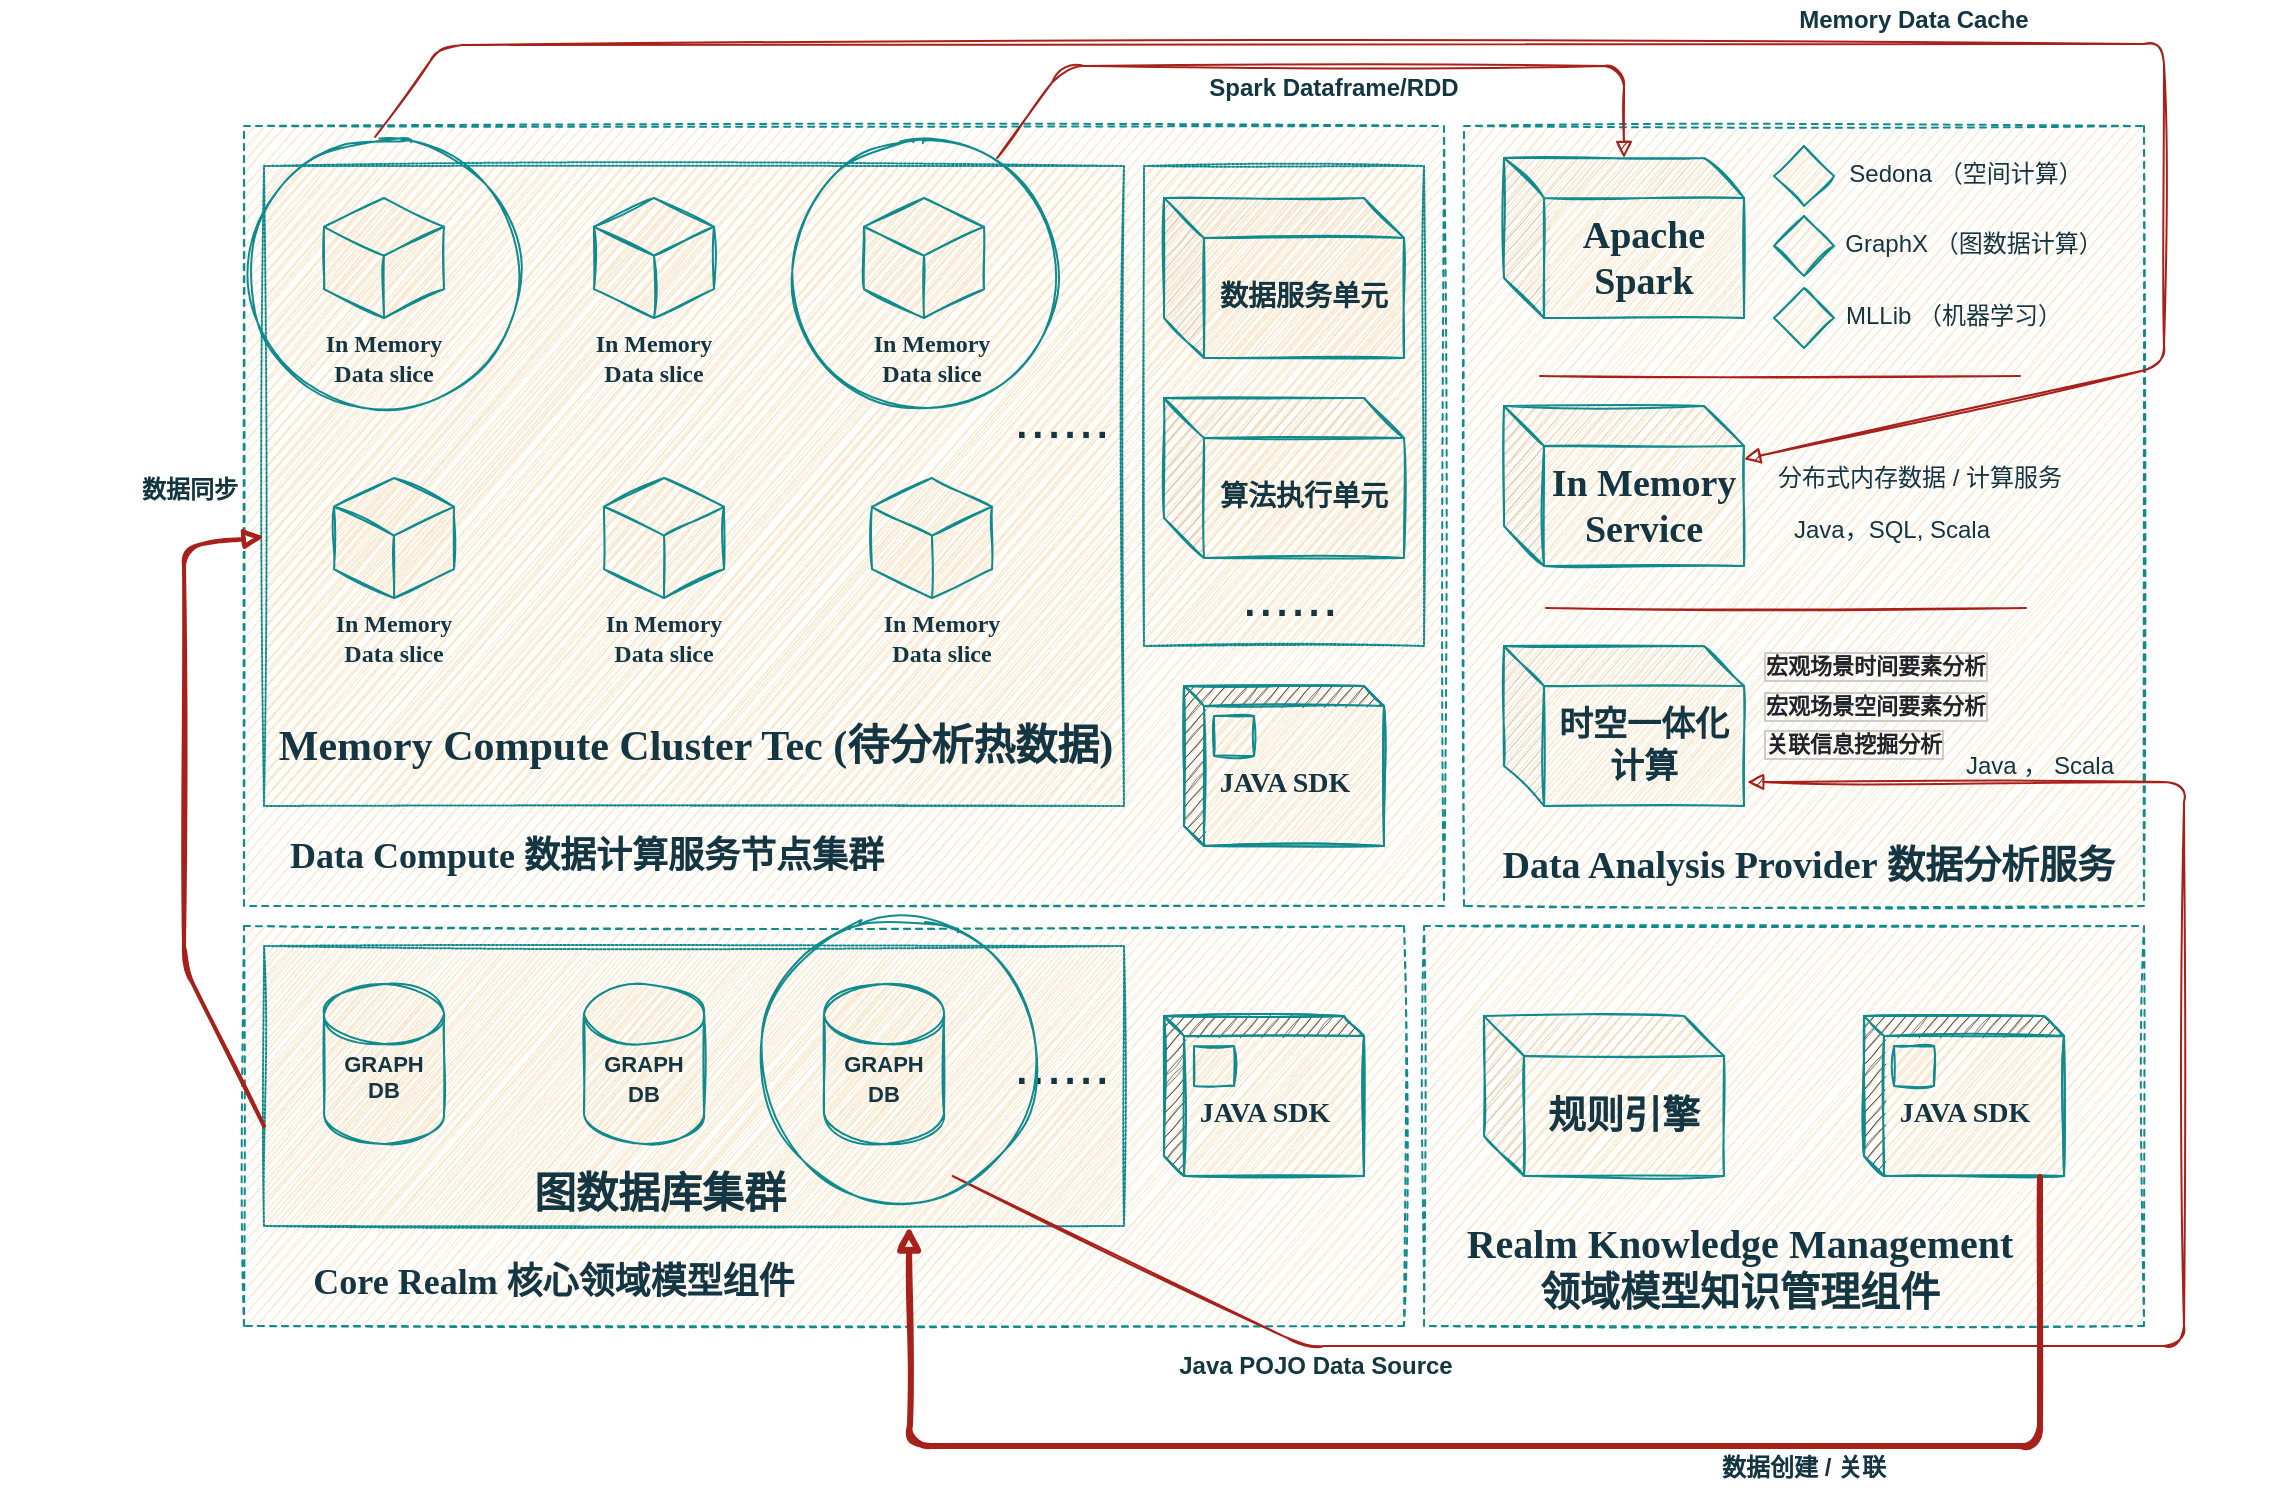
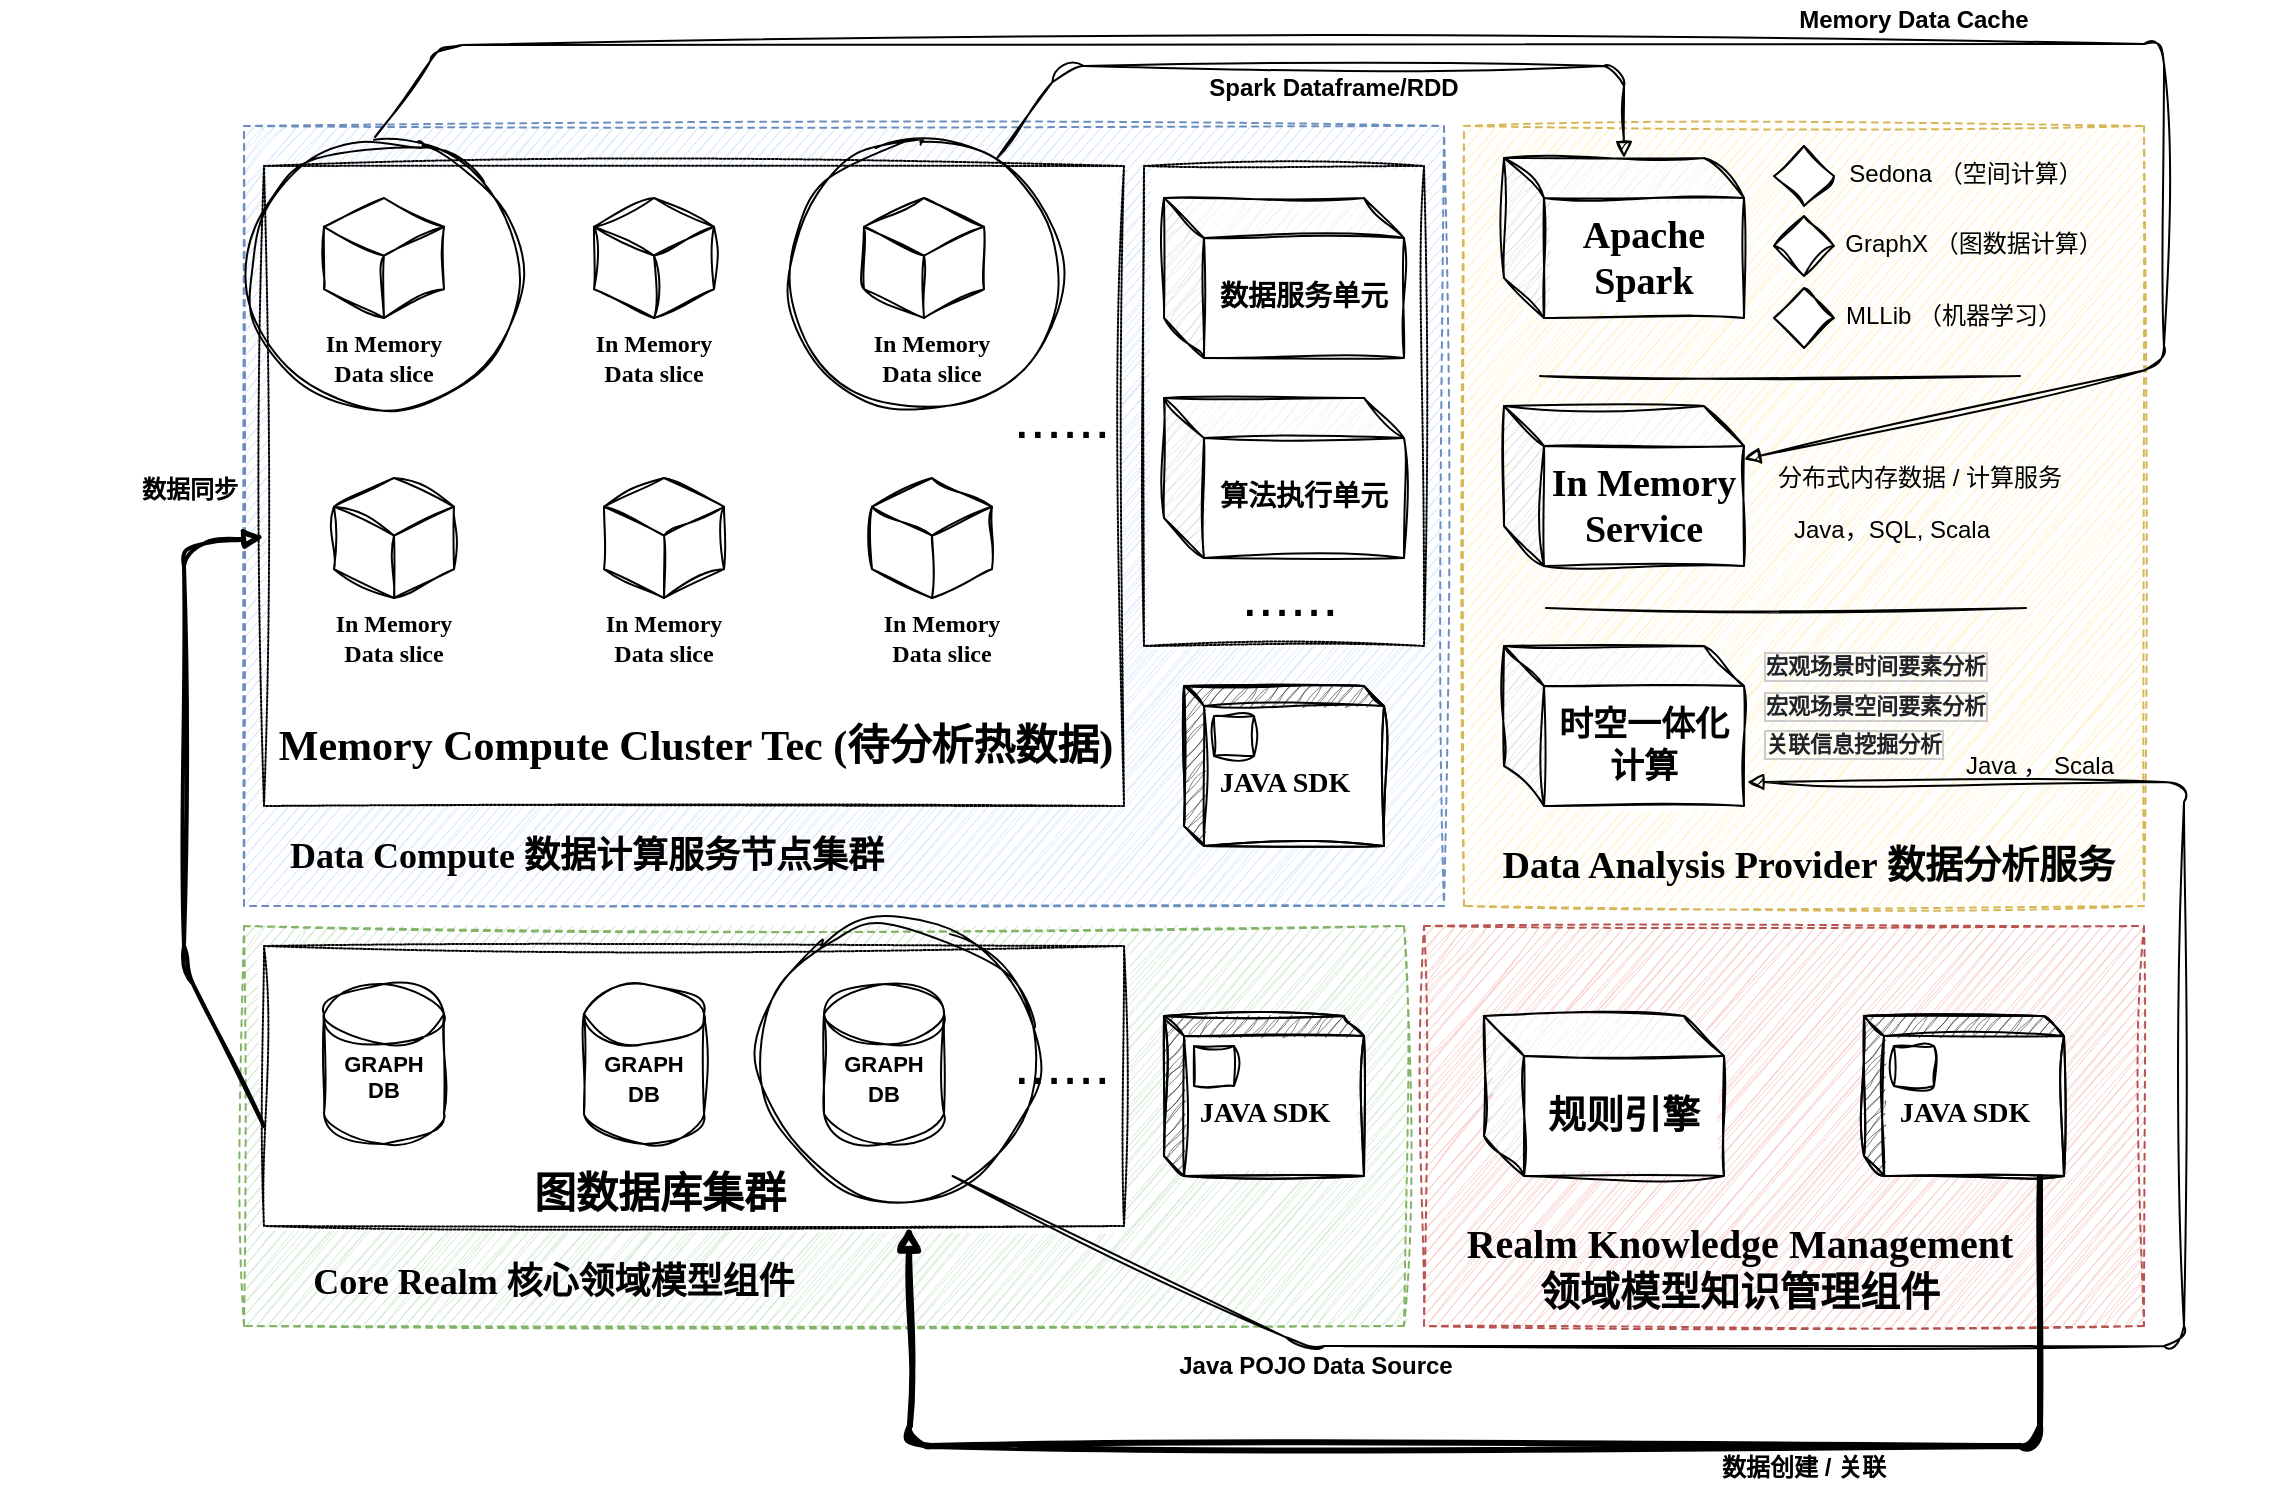
- <mxfile host="Electron" modified="2024-05-28T14:32:29.639Z" agent="Mozilla/5.0 (X11; Linux x86_64) AppleWebKit/537.36 (KHTML, like Gecko) draw.io/24.4.8 Chrome/124.0.6367.207 Electron/30.0.6 Safari/537.36" etag="I4J7rKG_PwciBVwro9TR" version="24.4.8" type="device">
+ <mxfile host="Electron" agent="Mozilla/5.0 (X11; Linux x86_64) AppleWebKit/537.36 (KHTML, like Gecko) draw.io/29.0.3 Chrome/140.0.7339.249 Electron/38.7.0 Safari/537.36" version="29.0.3">
  <diagram id="-yIefFwEG4xaWeUd9_VL" name="Page-1">
-     <mxGraphModel dx="2284" dy="835" grid="1" gridSize="10" guides="1" tooltips="1" connect="1" arrows="1" fold="1" page="1" pageScale="1" pageWidth="850" pageHeight="1100" math="0" shadow="0">
+     <mxGraphModel dx="2276" dy="840" grid="1" gridSize="10" guides="1" tooltips="1" connect="1" arrows="1" fold="1" page="1" pageScale="1" pageWidth="850" pageHeight="1100" math="0" shadow="0">
      <root>
        <mxCell id="0" />
        <mxCell id="1" parent="0" />
-         <mxCell id="iXj1oflpSY-SVl1FxMXK-1" value="" style="whiteSpace=wrap;html=1;dashed=1;sketch=1;labelBackgroundColor=none;fillColor=#FAE5C7;strokeColor=#0F8B8D;fontColor=#143642;" parent="1" vertex="1">
+         <mxCell id="iXj1oflpSY-SVl1FxMXK-1" value="" style="whiteSpace=wrap;html=1;dashed=1;labelBackgroundColor=none;fillColor=#dae8fc;strokeColor=#6c8ebf;sketch=1;curveFitting=1;jiggle=2;" parent="1" vertex="1">
          <mxGeometry x="-480" y="280" width="600" height="390" as="geometry" />
        </mxCell>
-         <mxCell id="iXj1oflpSY-SVl1FxMXK-52" value="" style="whiteSpace=wrap;html=1;dashed=1;dashPattern=1 1;strokeColor=#0F8B8D;fillColor=#FAE5C7;fontFamily=Times New Roman;sketch=1;labelBackgroundColor=none;fontColor=#143642;" parent="1" vertex="1">
+         <mxCell id="iXj1oflpSY-SVl1FxMXK-52" value="" style="whiteSpace=wrap;html=1;dashed=1;dashPattern=1 1;fontFamily=Times New Roman;labelBackgroundColor=none;sketch=1;curveFitting=1;jiggle=2;" parent="1" vertex="1">
          <mxGeometry x="-30" y="300" width="140" height="240" as="geometry" />
        </mxCell>
-         <mxCell id="iXj1oflpSY-SVl1FxMXK-2" value="" style="whiteSpace=wrap;html=1;dashed=1;sketch=1;labelBackgroundColor=none;fillColor=#FAE5C7;strokeColor=#0F8B8D;fontColor=#143642;" parent="1" vertex="1">
+         <mxCell id="iXj1oflpSY-SVl1FxMXK-2" value="" style="whiteSpace=wrap;html=1;dashed=1;labelBackgroundColor=none;fillColor=#d5e8d4;strokeColor=#82b366;sketch=1;curveFitting=1;jiggle=2;" parent="1" vertex="1">
          <mxGeometry x="-480" y="680" width="580" height="200" as="geometry" />
        </mxCell>
-         <mxCell id="iXj1oflpSY-SVl1FxMXK-47" value="" style="whiteSpace=wrap;html=1;dashed=1;dashPattern=1 1;strokeColor=#0F8B8D;fillColor=#FAE5C7;fontFamily=Times New Roman;sketch=1;labelBackgroundColor=none;fontColor=#143642;" parent="1" vertex="1">
+         <mxCell id="iXj1oflpSY-SVl1FxMXK-47" value="" style="whiteSpace=wrap;html=1;dashed=1;dashPattern=1 1;fontFamily=Times New Roman;labelBackgroundColor=none;sketch=1;curveFitting=1;jiggle=2;" parent="1" vertex="1">
          <mxGeometry x="-470" y="690" width="430" height="140" as="geometry" />
        </mxCell>
-         <mxCell id="iXj1oflpSY-SVl1FxMXK-28" value="" style="whiteSpace=wrap;html=1;dashed=1;dashPattern=1 1;strokeColor=#0F8B8D;fillColor=#FAE5C7;fontFamily=Times New Roman;sketch=1;labelBackgroundColor=none;fontColor=#143642;" parent="1" vertex="1">
+         <mxCell id="iXj1oflpSY-SVl1FxMXK-28" value="" style="whiteSpace=wrap;html=1;dashed=1;dashPattern=1 1;fontFamily=Times New Roman;labelBackgroundColor=none;sketch=1;curveFitting=1;jiggle=2;" parent="1" vertex="1">
          <mxGeometry x="-470" y="300" width="430" height="320" as="geometry" />
        </mxCell>
-         <mxCell id="iXj1oflpSY-SVl1FxMXK-3" value="" style="whiteSpace=wrap;html=1;dashed=1;sketch=1;labelBackgroundColor=none;fillColor=#FAE5C7;strokeColor=#0F8B8D;fontColor=#143642;" parent="1" vertex="1">
+         <mxCell id="iXj1oflpSY-SVl1FxMXK-3" value="" style="whiteSpace=wrap;html=1;dashed=1;labelBackgroundColor=none;fillColor=#f8cecc;strokeColor=#b85450;sketch=1;curveFitting=1;jiggle=2;" parent="1" vertex="1">
          <mxGeometry x="110" y="680" width="360" height="200" as="geometry" />
        </mxCell>
-         <mxCell id="iXj1oflpSY-SVl1FxMXK-4" value="&lt;b style=&quot;font-size: 11px;&quot;&gt;&lt;br style=&quot;font-size: 11px;&quot;&gt;GRAPH DB&lt;/b&gt;" style="shape=cylinder2;whiteSpace=wrap;html=1;boundedLbl=1;backgroundOutline=1;size=15;strokeColor=#0F8B8D;fillColor=#FAE5C7;sketch=1;labelBackgroundColor=none;fontColor=#143642;fontSize=11;" parent="1" vertex="1">
+         <mxCell id="iXj1oflpSY-SVl1FxMXK-4" value="&lt;b style=&quot;font-size: 11px;&quot;&gt;&lt;br style=&quot;font-size: 11px;&quot;&gt;GRAPH DB&lt;/b&gt;" style="shape=cylinder2;whiteSpace=wrap;html=1;boundedLbl=1;backgroundOutline=1;size=15;labelBackgroundColor=none;fontSize=11;sketch=1;curveFitting=1;jiggle=2;" parent="1" vertex="1">
          <mxGeometry x="-440" y="709" width="60" height="80" as="geometry" />
        </mxCell>
-         <mxCell id="iXj1oflpSY-SVl1FxMXK-5" value="&lt;b style=&quot;font-size: 11px;&quot;&gt;&lt;br&gt;GRAPH DB&lt;/b&gt;" style="shape=cylinder2;whiteSpace=wrap;html=1;boundedLbl=1;backgroundOutline=1;size=15;strokeColor=#0F8B8D;fillColor=#FAE5C7;sketch=1;labelBackgroundColor=none;fontColor=#143642;" parent="1" vertex="1">
+         <mxCell id="iXj1oflpSY-SVl1FxMXK-5" value="&lt;b style=&quot;font-size: 11px;&quot;&gt;&lt;br&gt;GRAPH DB&lt;/b&gt;" style="shape=cylinder2;whiteSpace=wrap;html=1;boundedLbl=1;backgroundOutline=1;size=15;labelBackgroundColor=none;sketch=1;curveFitting=1;jiggle=2;" parent="1" vertex="1">
          <mxGeometry x="-310" y="709" width="60" height="80" as="geometry" />
        </mxCell>
-         <mxCell id="iXj1oflpSY-SVl1FxMXK-6" value="&lt;b style=&quot;font-size: 11px;&quot;&gt;&lt;br&gt;GRAPH DB&lt;/b&gt;" style="shape=cylinder2;whiteSpace=wrap;html=1;boundedLbl=1;backgroundOutline=1;size=15;strokeColor=#0F8B8D;fillColor=#FAE5C7;sketch=1;labelBackgroundColor=none;fontColor=#143642;" parent="1" vertex="1">
+         <mxCell id="iXj1oflpSY-SVl1FxMXK-6" value="&lt;b style=&quot;font-size: 11px;&quot;&gt;&lt;br&gt;GRAPH DB&lt;/b&gt;" style="shape=cylinder2;whiteSpace=wrap;html=1;boundedLbl=1;backgroundOutline=1;size=15;labelBackgroundColor=none;sketch=1;curveFitting=1;jiggle=2;" parent="1" vertex="1">
          <mxGeometry x="-190" y="709" width="60" height="80" as="geometry" />
        </mxCell>
-         <mxCell id="iXj1oflpSY-SVl1FxMXK-7" value="&lt;font style=&quot;font-size: 29px&quot;&gt;......&lt;/font&gt;" style="text;html=1;strokeColor=none;fillColor=none;align=center;verticalAlign=middle;whiteSpace=wrap;sketch=1;labelBackgroundColor=none;fontColor=#143642;" parent="1" vertex="1">
+         <mxCell id="iXj1oflpSY-SVl1FxMXK-7" value="&lt;font style=&quot;font-size: 29px&quot;&gt;......&lt;/font&gt;" style="text;html=1;strokeColor=none;fillColor=none;align=center;verticalAlign=middle;whiteSpace=wrap;labelBackgroundColor=none;sketch=1;curveFitting=1;jiggle=2;" parent="1" vertex="1">
          <mxGeometry x="-91" y="739" width="40" height="20" as="geometry" />
        </mxCell>
-         <mxCell id="iXj1oflpSY-SVl1FxMXK-8" value="&lt;font size=&quot;1&quot; face=&quot;Verdana&quot;&gt;&lt;b style=&quot;font-size: 18px&quot;&gt;Core Realm 核心领域模型组件&lt;/b&gt;&lt;/font&gt;" style="text;html=1;strokeColor=none;fillColor=none;align=center;verticalAlign=middle;whiteSpace=wrap;fontFamily=Times New Roman;sketch=1;labelBackgroundColor=none;fontColor=#143642;" parent="1" vertex="1">
+         <mxCell id="iXj1oflpSY-SVl1FxMXK-8" value="&lt;font size=&quot;1&quot; face=&quot;Verdana&quot;&gt;&lt;b style=&quot;font-size: 18px&quot;&gt;Core Realm 核心领域模型组件&lt;/b&gt;&lt;/font&gt;" style="text;html=1;strokeColor=none;fillColor=none;align=center;verticalAlign=middle;whiteSpace=wrap;fontFamily=Times New Roman;labelBackgroundColor=none;sketch=1;curveFitting=1;jiggle=2;" parent="1" vertex="1">
          <mxGeometry x="-530" y="848" width="410" height="20" as="geometry" />
        </mxCell>
-         <mxCell id="iXj1oflpSY-SVl1FxMXK-15" value="&lt;font size=&quot;1&quot; face=&quot;Verdana&quot;&gt;&lt;b style=&quot;font-size: 20px&quot;&gt;Realm Knowledge Management&lt;br&gt;领域模型知识管理组件&lt;/b&gt;&lt;/font&gt;" style="text;html=1;strokeColor=none;fillColor=none;align=center;verticalAlign=middle;whiteSpace=wrap;fontFamily=Times New Roman;sketch=1;labelBackgroundColor=none;fontColor=#143642;" parent="1" vertex="1">
+         <mxCell id="iXj1oflpSY-SVl1FxMXK-15" value="&lt;font size=&quot;1&quot; face=&quot;Verdana&quot;&gt;&lt;b style=&quot;font-size: 20px&quot;&gt;Realm Knowledge Management&lt;br&gt;领域模型知识管理组件&lt;/b&gt;&lt;/font&gt;" style="text;html=1;strokeColor=none;fillColor=none;align=center;verticalAlign=middle;whiteSpace=wrap;fontFamily=Times New Roman;labelBackgroundColor=none;sketch=1;curveFitting=1;jiggle=2;" parent="1" vertex="1">
          <mxGeometry x="63" y="840" width="410" height="20" as="geometry" />
        </mxCell>
-         <mxCell id="iXj1oflpSY-SVl1FxMXK-17" value="&lt;font style=&quot;font-size: 19px&quot;&gt;&lt;b&gt;规则引擎&lt;/b&gt;&lt;/font&gt;" style="shape=cube;whiteSpace=wrap;html=1;boundedLbl=1;backgroundOutline=1;darkOpacity=0.05;darkOpacity2=0.1;strokeColor=#0F8B8D;fillColor=#FAE5C7;fontFamily=Times New Roman;sketch=1;labelBackgroundColor=none;fontColor=#143642;" parent="1" vertex="1">
+         <mxCell id="iXj1oflpSY-SVl1FxMXK-17" value="&lt;font style=&quot;font-size: 19px&quot;&gt;&lt;b&gt;规则引擎&lt;/b&gt;&lt;/font&gt;" style="shape=cube;whiteSpace=wrap;html=1;boundedLbl=1;backgroundOutline=1;darkOpacity=0.05;darkOpacity2=0.1;fontFamily=Times New Roman;labelBackgroundColor=none;sketch=1;curveFitting=1;jiggle=2;" parent="1" vertex="1">
          <mxGeometry x="140" y="725" width="120" height="80" as="geometry" />
        </mxCell>
-         <mxCell id="iXj1oflpSY-SVl1FxMXK-18" value="&lt;b style=&quot;font-size: 14px&quot;&gt;&lt;br&gt;JAVA SDK&lt;/b&gt;" style="html=1;dashed=0;whitespace=wrap;shape=mxgraph.dfd.externalEntity;strokeColor=#0F8B8D;fontFamily=Times New Roman;fillColor=#FAE5C7;sketch=1;labelBackgroundColor=none;fontColor=#143642;" parent="1" vertex="1">
+         <mxCell id="iXj1oflpSY-SVl1FxMXK-18" value="&lt;b style=&quot;font-size: 14px&quot;&gt;&lt;br&gt;JAVA SDK&lt;/b&gt;" style="html=1;dashed=0;whitespace=wrap;shape=mxgraph.dfd.externalEntity;fontFamily=Times New Roman;labelBackgroundColor=none;sketch=1;curveFitting=1;jiggle=2;" parent="1" vertex="1">
          <mxGeometry x="-20" y="725" width="100" height="80" as="geometry" />
        </mxCell>
-         <mxCell id="iXj1oflpSY-SVl1FxMXK-19" value=" " style="autosize=1;part=1;resizable=0;strokeColor=#0F8B8D;fillColor=#FAE5C7;sketch=1;labelBackgroundColor=none;fontColor=#143642;" parent="iXj1oflpSY-SVl1FxMXK-18" vertex="1">
+         <mxCell id="iXj1oflpSY-SVl1FxMXK-19" value=" " style="autosize=1;part=1;resizable=0;labelBackgroundColor=none;sketch=1;curveFitting=1;jiggle=2;" parent="iXj1oflpSY-SVl1FxMXK-18" vertex="1">
          <mxGeometry width="20" height="20" relative="1" as="geometry">
            <mxPoint x="15" y="15" as="offset" />
          </mxGeometry>
        </mxCell>
-         <mxCell id="iXj1oflpSY-SVl1FxMXK-20" value="&lt;b style=&quot;font-size: 14px&quot;&gt;&lt;br&gt;JAVA SDK&lt;/b&gt;" style="html=1;dashed=0;whitespace=wrap;shape=mxgraph.dfd.externalEntity;strokeColor=#0F8B8D;fontFamily=Times New Roman;fillColor=#FAE5C7;sketch=1;labelBackgroundColor=none;fontColor=#143642;" parent="1" vertex="1">
+         <mxCell id="iXj1oflpSY-SVl1FxMXK-20" value="&lt;b style=&quot;font-size: 14px&quot;&gt;&lt;br&gt;JAVA SDK&lt;/b&gt;" style="html=1;dashed=0;whitespace=wrap;shape=mxgraph.dfd.externalEntity;fontFamily=Times New Roman;labelBackgroundColor=none;sketch=1;curveFitting=1;jiggle=2;" parent="1" vertex="1">
          <mxGeometry x="330" y="725" width="100" height="80" as="geometry" />
        </mxCell>
-         <mxCell id="iXj1oflpSY-SVl1FxMXK-21" value=" " style="autosize=1;part=1;resizable=0;strokeColor=#0F8B8D;fillColor=#FAE5C7;sketch=1;labelBackgroundColor=none;fontColor=#143642;" parent="iXj1oflpSY-SVl1FxMXK-20" vertex="1">
+         <mxCell id="iXj1oflpSY-SVl1FxMXK-21" value=" " style="autosize=1;part=1;resizable=0;labelBackgroundColor=none;sketch=1;curveFitting=1;jiggle=2;" parent="iXj1oflpSY-SVl1FxMXK-20" vertex="1">
          <mxGeometry width="20" height="20" relative="1" as="geometry">
            <mxPoint x="15" y="15" as="offset" />
          </mxGeometry>
        </mxCell>
-         <mxCell id="iXj1oflpSY-SVl1FxMXK-22" value="" style="whiteSpace=wrap;html=1;dashed=1;sketch=1;labelBackgroundColor=none;fillColor=#FAE5C7;strokeColor=#0F8B8D;fontColor=#143642;" parent="1" vertex="1">
+         <mxCell id="iXj1oflpSY-SVl1FxMXK-22" value="" style="whiteSpace=wrap;html=1;dashed=1;labelBackgroundColor=none;fillColor=#fff2cc;strokeColor=#d6b656;sketch=1;curveFitting=1;jiggle=2;" parent="1" vertex="1">
          <mxGeometry x="130" y="280" width="340" height="390" as="geometry" />
        </mxCell>
-         <mxCell id="iXj1oflpSY-SVl1FxMXK-25" value="&lt;font size=&quot;1&quot; face=&quot;Verdana&quot;&gt;&lt;b style=&quot;font-size: 18px&quot;&gt;Data Compute 数据计算服务节点集群&lt;/b&gt;&lt;/font&gt;" style="text;html=1;strokeColor=none;fillColor=none;align=center;verticalAlign=middle;whiteSpace=wrap;fontFamily=Times New Roman;sketch=1;labelBackgroundColor=none;fontColor=#143642;" parent="1" vertex="1">
+         <mxCell id="iXj1oflpSY-SVl1FxMXK-25" value="&lt;font size=&quot;1&quot; face=&quot;Verdana&quot;&gt;&lt;b style=&quot;font-size: 18px&quot;&gt;Data Compute 数据计算服务节点集群&lt;/b&gt;&lt;/font&gt;" style="text;html=1;strokeColor=none;fillColor=none;align=center;verticalAlign=middle;whiteSpace=wrap;fontFamily=Times New Roman;labelBackgroundColor=none;sketch=1;curveFitting=1;jiggle=2;" parent="1" vertex="1">
          <mxGeometry x="-566" y="635" width="515" height="20" as="geometry" />
        </mxCell>
-         <mxCell id="iXj1oflpSY-SVl1FxMXK-26" value="" style="html=1;whiteSpace=wrap;shape=isoCube2;backgroundOutline=1;isoAngle=15;strokeColor=#0F8B8D;fontFamily=Times New Roman;strokeWidth=1;fillColor=#FAE5C7;sketch=1;labelBackgroundColor=none;fontColor=#143642;" parent="1" vertex="1">
+         <mxCell id="iXj1oflpSY-SVl1FxMXK-26" value="" style="html=1;whiteSpace=wrap;shape=isoCube2;backgroundOutline=1;isoAngle=15;fontFamily=Times New Roman;strokeWidth=1;labelBackgroundColor=none;sketch=1;curveFitting=1;jiggle=2;" parent="1" vertex="1">
          <mxGeometry x="-440" y="316" width="60" height="60" as="geometry" />
        </mxCell>
-         <mxCell id="iXj1oflpSY-SVl1FxMXK-30" value="&lt;b&gt;In Memory Data slice&lt;/b&gt;" style="text;html=1;strokeColor=none;fillColor=none;align=center;verticalAlign=middle;whiteSpace=wrap;fontFamily=Times New Roman;sketch=1;labelBackgroundColor=none;fontColor=#143642;" parent="1" vertex="1">
+         <mxCell id="iXj1oflpSY-SVl1FxMXK-30" value="&lt;b&gt;In Memory Data slice&lt;/b&gt;" style="text;html=1;strokeColor=none;fillColor=none;align=center;verticalAlign=middle;whiteSpace=wrap;fontFamily=Times New Roman;labelBackgroundColor=none;sketch=1;curveFitting=1;jiggle=2;" parent="1" vertex="1">
          <mxGeometry x="-445" y="386" width="70" height="20" as="geometry" />
        </mxCell>
-         <mxCell id="iXj1oflpSY-SVl1FxMXK-31" value="&lt;font size=&quot;1&quot; face=&quot;Verdana&quot;&gt;&lt;b style=&quot;font-size: 21px&quot;&gt;Memory Compute Cluster Tec (待分析热数据)&lt;/b&gt;&lt;/font&gt;" style="text;html=1;strokeColor=none;fillColor=none;align=center;verticalAlign=middle;whiteSpace=wrap;fontFamily=Times New Roman;sketch=1;labelBackgroundColor=none;fontColor=#143642;" parent="1" vertex="1">
+         <mxCell id="iXj1oflpSY-SVl1FxMXK-31" value="&lt;font size=&quot;1&quot; face=&quot;Verdana&quot;&gt;&lt;b style=&quot;font-size: 21px&quot;&gt;Memory Compute Cluster Tec (待分析热数据)&lt;/b&gt;&lt;/font&gt;" style="text;html=1;strokeColor=none;fillColor=none;align=center;verticalAlign=middle;whiteSpace=wrap;fontFamily=Times New Roman;labelBackgroundColor=none;sketch=1;curveFitting=1;jiggle=2;" parent="1" vertex="1">
          <mxGeometry x="-519" y="580" width="530" height="20" as="geometry" />
        </mxCell>
-         <mxCell id="iXj1oflpSY-SVl1FxMXK-33" value="" style="html=1;whiteSpace=wrap;shape=isoCube2;backgroundOutline=1;isoAngle=15;strokeColor=#0F8B8D;fontFamily=Times New Roman;strokeWidth=1;fillColor=#FAE5C7;sketch=1;labelBackgroundColor=none;fontColor=#143642;" parent="1" vertex="1">
+         <mxCell id="iXj1oflpSY-SVl1FxMXK-33" value="" style="html=1;whiteSpace=wrap;shape=isoCube2;backgroundOutline=1;isoAngle=15;fontFamily=Times New Roman;strokeWidth=1;labelBackgroundColor=none;sketch=1;curveFitting=1;jiggle=2;" parent="1" vertex="1">
          <mxGeometry x="-305" y="316" width="60" height="60" as="geometry" />
        </mxCell>
-         <mxCell id="iXj1oflpSY-SVl1FxMXK-34" value="" style="html=1;whiteSpace=wrap;shape=isoCube2;backgroundOutline=1;isoAngle=15;strokeColor=#0F8B8D;fontFamily=Times New Roman;strokeWidth=1;fillColor=#FAE5C7;sketch=1;labelBackgroundColor=none;fontColor=#143642;" parent="1" vertex="1">
+         <mxCell id="iXj1oflpSY-SVl1FxMXK-34" value="" style="html=1;whiteSpace=wrap;shape=isoCube2;backgroundOutline=1;isoAngle=15;fontFamily=Times New Roman;strokeWidth=1;labelBackgroundColor=none;sketch=1;curveFitting=1;jiggle=2;" parent="1" vertex="1">
          <mxGeometry x="-170" y="316" width="60" height="60" as="geometry" />
        </mxCell>
-         <mxCell id="iXj1oflpSY-SVl1FxMXK-35" value="&lt;b&gt;In Memory Data slice&lt;/b&gt;" style="text;html=1;strokeColor=none;fillColor=none;align=center;verticalAlign=middle;whiteSpace=wrap;fontFamily=Times New Roman;sketch=1;labelBackgroundColor=none;fontColor=#143642;" parent="1" vertex="1">
+         <mxCell id="iXj1oflpSY-SVl1FxMXK-35" value="&lt;b&gt;In Memory Data slice&lt;/b&gt;" style="text;html=1;strokeColor=none;fillColor=none;align=center;verticalAlign=middle;whiteSpace=wrap;fontFamily=Times New Roman;labelBackgroundColor=none;sketch=1;curveFitting=1;jiggle=2;" parent="1" vertex="1">
          <mxGeometry x="-310" y="386" width="70" height="20" as="geometry" />
        </mxCell>
-         <mxCell id="iXj1oflpSY-SVl1FxMXK-37" value="&lt;b&gt;In Memory Data slice&lt;/b&gt;" style="text;html=1;strokeColor=none;fillColor=none;align=center;verticalAlign=middle;whiteSpace=wrap;fontFamily=Times New Roman;sketch=1;labelBackgroundColor=none;fontColor=#143642;" parent="1" vertex="1">
+         <mxCell id="iXj1oflpSY-SVl1FxMXK-37" value="&lt;b&gt;In Memory Data slice&lt;/b&gt;" style="text;html=1;strokeColor=none;fillColor=none;align=center;verticalAlign=middle;whiteSpace=wrap;fontFamily=Times New Roman;labelBackgroundColor=none;sketch=1;curveFitting=1;jiggle=2;" parent="1" vertex="1">
          <mxGeometry x="-171" y="386" width="70" height="20" as="geometry" />
        </mxCell>
-         <mxCell id="iXj1oflpSY-SVl1FxMXK-38" value="" style="html=1;whiteSpace=wrap;shape=isoCube2;backgroundOutline=1;isoAngle=15;strokeColor=#0F8B8D;fontFamily=Times New Roman;strokeWidth=1;fillColor=#FAE5C7;sketch=1;labelBackgroundColor=none;fontColor=#143642;" parent="1" vertex="1">
+         <mxCell id="iXj1oflpSY-SVl1FxMXK-38" value="" style="html=1;whiteSpace=wrap;shape=isoCube2;backgroundOutline=1;isoAngle=15;fontFamily=Times New Roman;strokeWidth=1;labelBackgroundColor=none;sketch=1;curveFitting=1;jiggle=2;" parent="1" vertex="1">
          <mxGeometry x="-435" y="456" width="60" height="60" as="geometry" />
        </mxCell>
-         <mxCell id="iXj1oflpSY-SVl1FxMXK-39" value="&lt;b&gt;In Memory Data slice&lt;/b&gt;" style="text;html=1;strokeColor=none;fillColor=none;align=center;verticalAlign=middle;whiteSpace=wrap;fontFamily=Times New Roman;sketch=1;labelBackgroundColor=none;fontColor=#143642;" parent="1" vertex="1">
+         <mxCell id="iXj1oflpSY-SVl1FxMXK-39" value="&lt;b&gt;In Memory Data slice&lt;/b&gt;" style="text;html=1;strokeColor=none;fillColor=none;align=center;verticalAlign=middle;whiteSpace=wrap;fontFamily=Times New Roman;labelBackgroundColor=none;sketch=1;curveFitting=1;jiggle=2;" parent="1" vertex="1">
          <mxGeometry x="-440" y="526" width="70" height="20" as="geometry" />
        </mxCell>
-         <mxCell id="iXj1oflpSY-SVl1FxMXK-40" value="" style="html=1;whiteSpace=wrap;shape=isoCube2;backgroundOutline=1;isoAngle=15;strokeColor=#0F8B8D;fontFamily=Times New Roman;strokeWidth=1;fillColor=#FAE5C7;sketch=1;labelBackgroundColor=none;fontColor=#143642;" parent="1" vertex="1">
+         <mxCell id="iXj1oflpSY-SVl1FxMXK-40" value="" style="html=1;whiteSpace=wrap;shape=isoCube2;backgroundOutline=1;isoAngle=15;fontFamily=Times New Roman;strokeWidth=1;labelBackgroundColor=none;sketch=1;curveFitting=1;jiggle=2;" parent="1" vertex="1">
          <mxGeometry x="-300" y="456" width="60" height="60" as="geometry" />
        </mxCell>
-         <mxCell id="iXj1oflpSY-SVl1FxMXK-41" value="" style="html=1;whiteSpace=wrap;shape=isoCube2;backgroundOutline=1;isoAngle=15;strokeColor=#0F8B8D;fontFamily=Times New Roman;strokeWidth=1;fillColor=#FAE5C7;sketch=1;labelBackgroundColor=none;fontColor=#143642;" parent="1" vertex="1">
+         <mxCell id="iXj1oflpSY-SVl1FxMXK-41" value="" style="html=1;whiteSpace=wrap;shape=isoCube2;backgroundOutline=1;isoAngle=15;fontFamily=Times New Roman;strokeWidth=1;labelBackgroundColor=none;sketch=1;curveFitting=1;jiggle=2;" parent="1" vertex="1">
          <mxGeometry x="-166" y="456" width="60" height="60" as="geometry" />
        </mxCell>
-         <mxCell id="iXj1oflpSY-SVl1FxMXK-42" value="&lt;b&gt;In Memory Data slice&lt;/b&gt;" style="text;html=1;strokeColor=none;fillColor=none;align=center;verticalAlign=middle;whiteSpace=wrap;fontFamily=Times New Roman;sketch=1;labelBackgroundColor=none;fontColor=#143642;" parent="1" vertex="1">
+         <mxCell id="iXj1oflpSY-SVl1FxMXK-42" value="&lt;b&gt;In Memory Data slice&lt;/b&gt;" style="text;html=1;strokeColor=none;fillColor=none;align=center;verticalAlign=middle;whiteSpace=wrap;fontFamily=Times New Roman;labelBackgroundColor=none;sketch=1;curveFitting=1;jiggle=2;" parent="1" vertex="1">
          <mxGeometry x="-305" y="526" width="70" height="20" as="geometry" />
        </mxCell>
-         <mxCell id="iXj1oflpSY-SVl1FxMXK-43" value="&lt;b&gt;In Memory Data slice&lt;/b&gt;" style="text;html=1;strokeColor=none;fillColor=none;align=center;verticalAlign=middle;whiteSpace=wrap;fontFamily=Times New Roman;sketch=1;labelBackgroundColor=none;fontColor=#143642;" parent="1" vertex="1">
+         <mxCell id="iXj1oflpSY-SVl1FxMXK-43" value="&lt;b&gt;In Memory Data slice&lt;/b&gt;" style="text;html=1;strokeColor=none;fillColor=none;align=center;verticalAlign=middle;whiteSpace=wrap;fontFamily=Times New Roman;labelBackgroundColor=none;sketch=1;curveFitting=1;jiggle=2;" parent="1" vertex="1">
          <mxGeometry x="-166" y="526" width="70" height="20" as="geometry" />
        </mxCell>
-         <mxCell id="iXj1oflpSY-SVl1FxMXK-44" value="&lt;font style=&quot;font-size: 29px&quot;&gt;......&lt;/font&gt;" style="text;html=1;strokeColor=none;fillColor=none;align=center;verticalAlign=middle;whiteSpace=wrap;sketch=1;labelBackgroundColor=none;fontColor=#143642;" parent="1" vertex="1">
+         <mxCell id="iXj1oflpSY-SVl1FxMXK-44" value="&lt;font style=&quot;font-size: 29px&quot;&gt;......&lt;/font&gt;" style="text;html=1;strokeColor=none;fillColor=none;align=center;verticalAlign=middle;whiteSpace=wrap;labelBackgroundColor=none;sketch=1;curveFitting=1;jiggle=2;" parent="1" vertex="1">
          <mxGeometry x="-91" y="416" width="40" height="20" as="geometry" />
        </mxCell>
-         <mxCell id="iXj1oflpSY-SVl1FxMXK-45" value="&lt;b style=&quot;font-size: 14px&quot;&gt;&lt;br&gt;JAVA SDK&lt;/b&gt;" style="html=1;dashed=0;whitespace=wrap;shape=mxgraph.dfd.externalEntity;strokeColor=#0F8B8D;fontFamily=Times New Roman;fillColor=#FAE5C7;sketch=1;labelBackgroundColor=none;fontColor=#143642;" parent="1" vertex="1">
+         <mxCell id="iXj1oflpSY-SVl1FxMXK-45" value="&lt;b style=&quot;font-size: 14px&quot;&gt;&lt;br&gt;JAVA SDK&lt;/b&gt;" style="html=1;dashed=0;whitespace=wrap;shape=mxgraph.dfd.externalEntity;fontFamily=Times New Roman;labelBackgroundColor=none;sketch=1;curveFitting=1;jiggle=2;" parent="1" vertex="1">
          <mxGeometry x="-10" y="560" width="100" height="80" as="geometry" />
        </mxCell>
-         <mxCell id="iXj1oflpSY-SVl1FxMXK-46" value=" " style="autosize=1;part=1;resizable=0;strokeColor=#0F8B8D;fillColor=#FAE5C7;sketch=1;labelBackgroundColor=none;fontColor=#143642;" parent="iXj1oflpSY-SVl1FxMXK-45" vertex="1">
+         <mxCell id="iXj1oflpSY-SVl1FxMXK-46" value=" " style="autosize=1;part=1;resizable=0;labelBackgroundColor=none;sketch=1;curveFitting=1;jiggle=2;" parent="iXj1oflpSY-SVl1FxMXK-45" vertex="1">
          <mxGeometry width="20" height="20" relative="1" as="geometry">
            <mxPoint x="15" y="15" as="offset" />
          </mxGeometry>
        </mxCell>
-         <mxCell id="iXj1oflpSY-SVl1FxMXK-48" value="&lt;font size=&quot;1&quot; face=&quot;Verdana&quot;&gt;&lt;b style=&quot;font-size: 21px&quot;&gt;图数据库集群&lt;/b&gt;&lt;/font&gt;" style="text;html=1;strokeColor=none;fillColor=none;align=center;verticalAlign=middle;whiteSpace=wrap;fontFamily=Times New Roman;sketch=1;labelBackgroundColor=none;fontColor=#143642;" parent="1" vertex="1">
+         <mxCell id="iXj1oflpSY-SVl1FxMXK-48" value="&lt;font size=&quot;1&quot; face=&quot;Verdana&quot;&gt;&lt;b style=&quot;font-size: 21px&quot;&gt;图数据库集群&lt;/b&gt;&lt;/font&gt;" style="text;html=1;strokeColor=none;fillColor=none;align=center;verticalAlign=middle;whiteSpace=wrap;fontFamily=Times New Roman;labelBackgroundColor=none;sketch=1;curveFitting=1;jiggle=2;" parent="1" vertex="1">
          <mxGeometry x="-537" y="804" width="530" height="20" as="geometry" />
        </mxCell>
-         <mxCell id="iXj1oflpSY-SVl1FxMXK-49" value="&lt;font face=&quot;Verdana&quot; style=&quot;font-size: 19px;&quot;&gt;&lt;span style=&quot;font-size: 19px;&quot;&gt;&lt;b style=&quot;font-size: 19px;&quot;&gt;&amp;nbsp;Data Analysis Provider&lt;/b&gt;&lt;/span&gt;&lt;b style=&quot;font-size: 19px;&quot;&gt;&amp;nbsp;数据分析服务&lt;/b&gt;&lt;/font&gt;" style="text;html=1;strokeColor=none;fillColor=none;align=center;verticalAlign=middle;whiteSpace=wrap;fontFamily=Times New Roman;fontSize=19;sketch=1;labelBackgroundColor=none;fontColor=#143642;" parent="1" vertex="1">
+         <mxCell id="iXj1oflpSY-SVl1FxMXK-49" value="&lt;font face=&quot;Verdana&quot; style=&quot;font-size: 19px;&quot;&gt;&lt;span style=&quot;font-size: 19px;&quot;&gt;&lt;b style=&quot;font-size: 19px;&quot;&gt;&amp;nbsp;Data Analysis Provider&lt;/b&gt;&lt;/span&gt;&lt;b style=&quot;font-size: 19px;&quot;&gt;&amp;nbsp;数据分析服务&lt;/b&gt;&lt;/font&gt;" style="text;html=1;strokeColor=none;fillColor=none;align=center;verticalAlign=middle;whiteSpace=wrap;fontFamily=Times New Roman;fontSize=19;labelBackgroundColor=none;sketch=1;curveFitting=1;jiggle=2;" parent="1" vertex="1">
          <mxGeometry x="140" y="640" width="320" height="20" as="geometry" />
        </mxCell>
-         <mxCell id="iXj1oflpSY-SVl1FxMXK-50" value="&lt;font style=&quot;font-size: 14px&quot;&gt;&lt;b&gt;数据服务单元&lt;/b&gt;&lt;/font&gt;" style="shape=cube;whiteSpace=wrap;html=1;boundedLbl=1;backgroundOutline=1;darkOpacity=0.05;darkOpacity2=0.1;strokeColor=#0F8B8D;fillColor=#FAE5C7;fontFamily=Times New Roman;sketch=1;labelBackgroundColor=none;fontColor=#143642;" parent="1" vertex="1">
+         <mxCell id="iXj1oflpSY-SVl1FxMXK-50" value="&lt;font style=&quot;font-size: 14px&quot;&gt;&lt;b&gt;数据服务单元&lt;/b&gt;&lt;/font&gt;" style="shape=cube;whiteSpace=wrap;html=1;boundedLbl=1;backgroundOutline=1;darkOpacity=0.05;darkOpacity2=0.1;fontFamily=Times New Roman;labelBackgroundColor=none;sketch=1;curveFitting=1;jiggle=2;" parent="1" vertex="1">
          <mxGeometry x="-20" y="316" width="120" height="80" as="geometry" />
        </mxCell>
-         <mxCell id="iXj1oflpSY-SVl1FxMXK-51" value="&lt;font style=&quot;font-size: 14px&quot;&gt;&lt;b&gt;算法执行单元&lt;/b&gt;&lt;/font&gt;" style="shape=cube;whiteSpace=wrap;html=1;boundedLbl=1;backgroundOutline=1;darkOpacity=0.05;darkOpacity2=0.1;strokeColor=#0F8B8D;fillColor=#FAE5C7;fontFamily=Times New Roman;sketch=1;labelBackgroundColor=none;fontColor=#143642;" parent="1" vertex="1">
+         <mxCell id="iXj1oflpSY-SVl1FxMXK-51" value="&lt;font style=&quot;font-size: 14px&quot;&gt;&lt;b&gt;算法执行单元&lt;/b&gt;&lt;/font&gt;" style="shape=cube;whiteSpace=wrap;html=1;boundedLbl=1;backgroundOutline=1;darkOpacity=0.05;darkOpacity2=0.1;fontFamily=Times New Roman;labelBackgroundColor=none;sketch=1;curveFitting=1;jiggle=2;" parent="1" vertex="1">
          <mxGeometry x="-20" y="416" width="120" height="80" as="geometry" />
        </mxCell>
-         <mxCell id="iXj1oflpSY-SVl1FxMXK-53" value="&lt;font style=&quot;font-size: 29px&quot;&gt;......&lt;/font&gt;" style="text;html=1;strokeColor=none;fillColor=none;align=center;verticalAlign=middle;whiteSpace=wrap;sketch=1;labelBackgroundColor=none;fontColor=#143642;" parent="1" vertex="1">
+         <mxCell id="iXj1oflpSY-SVl1FxMXK-53" value="&lt;font style=&quot;font-size: 29px&quot;&gt;......&lt;/font&gt;" style="text;html=1;strokeColor=none;fillColor=none;align=center;verticalAlign=middle;whiteSpace=wrap;labelBackgroundColor=none;sketch=1;curveFitting=1;jiggle=2;" parent="1" vertex="1">
          <mxGeometry x="23" y="505" width="40" height="20" as="geometry" />
        </mxCell>
-         <mxCell id="iXj1oflpSY-SVl1FxMXK-54" value="&lt;span style=&quot;font-size: 19px&quot;&gt;&lt;b&gt;Apache Spark&lt;/b&gt;&lt;/span&gt;" style="shape=cube;whiteSpace=wrap;html=1;boundedLbl=1;backgroundOutline=1;darkOpacity=0.05;darkOpacity2=0.1;strokeColor=#0F8B8D;fontFamily=Times New Roman;fillColor=#FAE5C7;sketch=1;labelBackgroundColor=none;fontColor=#143642;" parent="1" vertex="1">
+         <mxCell id="iXj1oflpSY-SVl1FxMXK-54" value="&lt;span style=&quot;font-size: 19px&quot;&gt;&lt;b&gt;Apache Spark&lt;/b&gt;&lt;/span&gt;" style="shape=cube;whiteSpace=wrap;html=1;boundedLbl=1;backgroundOutline=1;darkOpacity=0.05;darkOpacity2=0.1;fontFamily=Times New Roman;labelBackgroundColor=none;sketch=1;curveFitting=1;jiggle=2;" parent="1" vertex="1">
          <mxGeometry x="150" y="296" width="120" height="80" as="geometry" />
        </mxCell>
-         <mxCell id="iXj1oflpSY-SVl1FxMXK-55" value="&lt;span style=&quot;font-size: 19px&quot;&gt;&lt;b&gt;In Memory Service&lt;/b&gt;&lt;/span&gt;" style="shape=cube;whiteSpace=wrap;html=1;boundedLbl=1;backgroundOutline=1;darkOpacity=0.05;darkOpacity2=0.1;strokeColor=#0F8B8D;fontFamily=Times New Roman;fillColor=#FAE5C7;sketch=1;labelBackgroundColor=none;fontColor=#143642;" parent="1" vertex="1">
+         <mxCell id="iXj1oflpSY-SVl1FxMXK-55" value="&lt;span style=&quot;font-size: 19px&quot;&gt;&lt;b&gt;In Memory Service&lt;/b&gt;&lt;/span&gt;" style="shape=cube;whiteSpace=wrap;html=1;boundedLbl=1;backgroundOutline=1;darkOpacity=0.05;darkOpacity2=0.1;fontFamily=Times New Roman;labelBackgroundColor=none;sketch=1;curveFitting=1;jiggle=2;" parent="1" vertex="1">
          <mxGeometry x="150" y="420" width="120" height="80" as="geometry" />
        </mxCell>
-         <mxCell id="iXj1oflpSY-SVl1FxMXK-56" value="&lt;span style=&quot;font-size: 17px;&quot;&gt;&lt;b style=&quot;font-size: 17px;&quot;&gt;时空一体化计算&lt;/b&gt;&lt;/span&gt;" style="shape=cube;whiteSpace=wrap;html=1;boundedLbl=1;backgroundOutline=1;darkOpacity=0.05;darkOpacity2=0.1;strokeColor=#0F8B8D;fontFamily=Times New Roman;fillColor=#FAE5C7;sketch=1;labelBackgroundColor=none;fontColor=#143642;fontSize=17;" parent="1" vertex="1">
+         <mxCell id="iXj1oflpSY-SVl1FxMXK-56" value="&lt;span style=&quot;font-size: 17px;&quot;&gt;&lt;b style=&quot;font-size: 17px;&quot;&gt;时空一体化计算&lt;/b&gt;&lt;/span&gt;" style="shape=cube;whiteSpace=wrap;html=1;boundedLbl=1;backgroundOutline=1;darkOpacity=0.05;darkOpacity2=0.1;fontFamily=Times New Roman;labelBackgroundColor=none;fontSize=17;sketch=1;curveFitting=1;jiggle=2;" parent="1" vertex="1">
          <mxGeometry x="150" y="540" width="120" height="80" as="geometry" />
        </mxCell>
-         <mxCell id="FtIpIJQFmfxV2Rt6HxiT-1" value="" style="ellipse;whiteSpace=wrap;html=1;aspect=fixed;fillColor=none;sketch=1;labelBackgroundColor=none;strokeColor=#0F8B8D;fontColor=#143642;" parent="1" vertex="1">
+         <mxCell id="FtIpIJQFmfxV2Rt6HxiT-1" value="" style="ellipse;whiteSpace=wrap;html=1;aspect=fixed;fillColor=none;labelBackgroundColor=none;sketch=1;curveFitting=1;jiggle=2;" parent="1" vertex="1">
          <mxGeometry x="-208" y="285.5" width="136.5" height="136.5" as="geometry" />
        </mxCell>
-         <mxCell id="FtIpIJQFmfxV2Rt6HxiT-2" value="Spark Dataframe/RDD" style="text;html=1;strokeColor=none;fillColor=none;align=center;verticalAlign=middle;whiteSpace=wrap;fontStyle=1;sketch=1;labelBackgroundColor=none;fontColor=#143642;" parent="1" vertex="1">
+         <mxCell id="FtIpIJQFmfxV2Rt6HxiT-2" value="Spark Dataframe/RDD" style="text;html=1;strokeColor=none;fillColor=none;align=center;verticalAlign=middle;whiteSpace=wrap;fontStyle=1;labelBackgroundColor=none;sketch=1;curveFitting=1;jiggle=2;" parent="1" vertex="1">
          <mxGeometry x="-30" y="251" width="190" height="20" as="geometry" />
        </mxCell>
-         <mxCell id="FtIpIJQFmfxV2Rt6HxiT-4" value="" style="endArrow=none;html=1;entryX=0.766;entryY=0.077;entryDx=0;entryDy=0;entryPerimeter=0;startArrow=block;startFill=1;endFill=0;sketch=1;labelBackgroundColor=none;strokeColor=#A8201A;fontColor=default;" parent="1" source="iXj1oflpSY-SVl1FxMXK-54" target="FtIpIJQFmfxV2Rt6HxiT-1" edge="1">
+         <mxCell id="FtIpIJQFmfxV2Rt6HxiT-4" value="" style="endArrow=none;html=1;entryX=0.766;entryY=0.077;entryDx=0;entryDy=0;entryPerimeter=0;startArrow=block;startFill=1;endFill=0;labelBackgroundColor=none;fontColor=default;sketch=1;curveFitting=1;jiggle=2;" parent="1" source="iXj1oflpSY-SVl1FxMXK-54" target="FtIpIJQFmfxV2Rt6HxiT-1" edge="1">
          <mxGeometry width="50" height="50" relative="1" as="geometry">
            <mxPoint x="360" y="220" as="sourcePoint" />
            <mxPoint x="50" y="590" as="targetPoint" />
            <Array as="points">
              <mxPoint x="210" y="250" />
              <mxPoint x="-70" y="250" />
            </Array>
          </mxGeometry>
        </mxCell>
-         <mxCell id="e-PfQ35jhl6F61MtkI1w-1" value="" style="rhombus;whiteSpace=wrap;html=1;fillColor=#FAE5C7;sketch=1;labelBackgroundColor=none;strokeColor=#0F8B8D;fontColor=#143642;" parent="1" vertex="1">
+         <mxCell id="e-PfQ35jhl6F61MtkI1w-1" value="" style="rhombus;whiteSpace=wrap;html=1;labelBackgroundColor=none;sketch=1;curveFitting=1;jiggle=2;" parent="1" vertex="1">
          <mxGeometry x="285" y="290" width="30" height="30" as="geometry" />
        </mxCell>
-         <mxCell id="e-PfQ35jhl6F61MtkI1w-2" value="Sedona （空间计算）" style="text;html=1;strokeColor=none;fillColor=none;align=center;verticalAlign=middle;whiteSpace=wrap;sketch=1;labelBackgroundColor=none;fontColor=#143642;" parent="1" vertex="1">
+         <mxCell id="e-PfQ35jhl6F61MtkI1w-2" value="Sedona （空间计算）" style="text;html=1;strokeColor=none;fillColor=none;align=center;verticalAlign=middle;whiteSpace=wrap;labelBackgroundColor=none;sketch=1;curveFitting=1;jiggle=2;" parent="1" vertex="1">
          <mxGeometry x="311" y="294" width="140" height="20" as="geometry" />
        </mxCell>
-         <mxCell id="e-PfQ35jhl6F61MtkI1w-4" value="" style="endArrow=none;html=1;entryX=0.776;entryY=0.05;entryDx=0;entryDy=0;entryPerimeter=0;endFill=0;startArrow=block;startFill=1;sketch=1;exitX=1.013;exitY=0.85;exitDx=0;exitDy=0;exitPerimeter=0;labelBackgroundColor=none;strokeColor=#A8201A;fontColor=default;" parent="1" source="iXj1oflpSY-SVl1FxMXK-56" target="iXj1oflpSY-SVl1FxMXK-48" edge="1">
+         <mxCell id="e-PfQ35jhl6F61MtkI1w-4" value="" style="endArrow=none;html=1;entryX=0.776;entryY=0.05;entryDx=0;entryDy=0;entryPerimeter=0;endFill=0;startArrow=block;startFill=1;exitX=1.013;exitY=0.85;exitDx=0;exitDy=0;exitPerimeter=0;labelBackgroundColor=none;fontColor=default;sketch=1;curveFitting=1;jiggle=2;" parent="1" source="iXj1oflpSY-SVl1FxMXK-56" target="iXj1oflpSY-SVl1FxMXK-48" edge="1">
          <mxGeometry width="50" height="50" relative="1" as="geometry">
            <mxPoint x="353.44000000000005" y="996" as="sourcePoint" />
            <mxPoint x="39.99900000000025" y="996.0105000000001" as="targetPoint" />
            <Array as="points">
              <mxPoint x="490" y="608" />
              <mxPoint x="490" y="890" />
              <mxPoint x="50" y="890" />
            </Array>
          </mxGeometry>
        </mxCell>
-         <mxCell id="e-PfQ35jhl6F61MtkI1w-5" value="" style="rhombus;whiteSpace=wrap;html=1;fillColor=#FAE5C7;sketch=1;labelBackgroundColor=none;strokeColor=#0F8B8D;fontColor=#143642;" parent="1" vertex="1">
+         <mxCell id="e-PfQ35jhl6F61MtkI1w-5" value="" style="rhombus;whiteSpace=wrap;html=1;labelBackgroundColor=none;sketch=1;curveFitting=1;jiggle=2;" parent="1" vertex="1">
          <mxGeometry x="285" y="325" width="30" height="30" as="geometry" />
        </mxCell>
-         <mxCell id="e-PfQ35jhl6F61MtkI1w-6" value="GraphX （图数据计算）" style="text;html=1;strokeColor=none;fillColor=none;align=center;verticalAlign=middle;whiteSpace=wrap;sketch=1;labelBackgroundColor=none;fontColor=#143642;" parent="1" vertex="1">
+         <mxCell id="e-PfQ35jhl6F61MtkI1w-6" value="GraphX （图数据计算）" style="text;html=1;strokeColor=none;fillColor=none;align=center;verticalAlign=middle;whiteSpace=wrap;labelBackgroundColor=none;sketch=1;curveFitting=1;jiggle=2;" parent="1" vertex="1">
          <mxGeometry x="315" y="329" width="140" height="20" as="geometry" />
        </mxCell>
-         <mxCell id="e-PfQ35jhl6F61MtkI1w-7" value="" style="rhombus;whiteSpace=wrap;html=1;fillColor=#FAE5C7;sketch=1;labelBackgroundColor=none;strokeColor=#0F8B8D;fontColor=#143642;" parent="1" vertex="1">
+         <mxCell id="e-PfQ35jhl6F61MtkI1w-7" value="" style="rhombus;whiteSpace=wrap;html=1;labelBackgroundColor=none;sketch=1;curveFitting=1;jiggle=2;" parent="1" vertex="1">
          <mxGeometry x="285" y="361" width="30" height="30" as="geometry" />
        </mxCell>
-         <mxCell id="e-PfQ35jhl6F61MtkI1w-9" value="" style="endArrow=none;html=1;strokeColor=#A8201A;sketch=1;labelBackgroundColor=none;fontColor=default;" parent="1" edge="1">
+         <mxCell id="e-PfQ35jhl6F61MtkI1w-9" value="" style="endArrow=none;html=1;labelBackgroundColor=none;fontColor=default;sketch=1;curveFitting=1;jiggle=2;" parent="1" edge="1">
          <mxGeometry width="50" height="50" relative="1" as="geometry">
            <mxPoint x="168" y="405" as="sourcePoint" />
            <mxPoint x="408" y="405" as="targetPoint" />
          </mxGeometry>
        </mxCell>
-         <mxCell id="e-PfQ35jhl6F61MtkI1w-10" value="" style="endArrow=none;html=1;strokeColor=#A8201A;sketch=1;labelBackgroundColor=none;fontColor=default;" parent="1" edge="1">
+         <mxCell id="e-PfQ35jhl6F61MtkI1w-10" value="" style="endArrow=none;html=1;labelBackgroundColor=none;fontColor=default;sketch=1;curveFitting=1;jiggle=2;" parent="1" edge="1">
          <mxGeometry width="50" height="50" relative="1" as="geometry">
            <mxPoint x="171" y="521" as="sourcePoint" />
            <mxPoint x="411" y="521" as="targetPoint" />
          </mxGeometry>
        </mxCell>
-         <mxCell id="e-PfQ35jhl6F61MtkI1w-11" value="MLLib （机器学习）" style="text;html=1;strokeColor=none;fillColor=none;align=center;verticalAlign=middle;whiteSpace=wrap;sketch=1;labelBackgroundColor=none;fontColor=#143642;" parent="1" vertex="1">
+         <mxCell id="e-PfQ35jhl6F61MtkI1w-11" value="MLLib （机器学习）" style="text;html=1;strokeColor=none;fillColor=none;align=center;verticalAlign=middle;whiteSpace=wrap;labelBackgroundColor=none;sketch=1;curveFitting=1;jiggle=2;" parent="1" vertex="1">
          <mxGeometry x="315" y="365" width="120" height="20" as="geometry" />
        </mxCell>
-         <mxCell id="e-PfQ35jhl6F61MtkI1w-12" value="" style="ellipse;whiteSpace=wrap;html=1;aspect=fixed;fillColor=none;sketch=1;labelBackgroundColor=none;strokeColor=#0F8B8D;fontColor=#143642;" parent="1" vertex="1">
+         <mxCell id="e-PfQ35jhl6F61MtkI1w-12" value="" style="ellipse;whiteSpace=wrap;html=1;aspect=fixed;fillColor=none;labelBackgroundColor=none;sketch=1;curveFitting=1;jiggle=2;" parent="1" vertex="1">
          <mxGeometry x="-478" y="285.5" width="136.5" height="136.5" as="geometry" />
        </mxCell>
-         <mxCell id="e-PfQ35jhl6F61MtkI1w-13" value="" style="endArrow=none;html=1;entryX=0.766;entryY=0.077;entryDx=0;entryDy=0;entryPerimeter=0;strokeWidth=1;startArrow=block;startFill=1;endFill=0;sketch=1;labelBackgroundColor=none;strokeColor=#A8201A;fontColor=default;" parent="1" source="iXj1oflpSY-SVl1FxMXK-55" edge="1">
+         <mxCell id="e-PfQ35jhl6F61MtkI1w-13" value="" style="endArrow=none;html=1;entryX=0.766;entryY=0.077;entryDx=0;entryDy=0;entryPerimeter=0;strokeWidth=1;startArrow=block;startFill=1;endFill=0;labelBackgroundColor=none;fontColor=default;sketch=1;curveFitting=1;jiggle=2;" parent="1" source="iXj1oflpSY-SVl1FxMXK-55" edge="1">
          <mxGeometry width="50" height="50" relative="1" as="geometry">
            <mxPoint x="590" y="420" as="sourcePoint" />
            <mxPoint x="-414.4409999999998" y="285.5005000000001" as="targetPoint" />
            <Array as="points">
              <mxPoint x="480" y="400" />
              <mxPoint x="480" y="239" />
              <mxPoint x="-381" y="239.49" />
            </Array>
          </mxGeometry>
        </mxCell>
-         <mxCell id="e-PfQ35jhl6F61MtkI1w-14" value="Memory Data Cache" style="text;html=1;strokeColor=none;fillColor=none;align=center;verticalAlign=middle;whiteSpace=wrap;fontStyle=1;sketch=1;labelBackgroundColor=none;fontColor=#143642;" parent="1" vertex="1">
+         <mxCell id="e-PfQ35jhl6F61MtkI1w-14" value="Memory Data Cache" style="text;html=1;strokeColor=none;fillColor=none;align=center;verticalAlign=middle;whiteSpace=wrap;fontStyle=1;labelBackgroundColor=none;sketch=1;curveFitting=1;jiggle=2;" parent="1" vertex="1">
          <mxGeometry x="260" y="217" width="190" height="20" as="geometry" />
        </mxCell>
-         <mxCell id="e-PfQ35jhl6F61MtkI1w-15" value="" style="ellipse;whiteSpace=wrap;html=1;aspect=fixed;fillColor=none;sketch=1;labelBackgroundColor=none;strokeColor=#0F8B8D;fontColor=#143642;" parent="1" vertex="1">
+         <mxCell id="e-PfQ35jhl6F61MtkI1w-15" value="" style="ellipse;whiteSpace=wrap;html=1;aspect=fixed;fillColor=none;labelBackgroundColor=none;sketch=1;curveFitting=1;jiggle=2;" parent="1" vertex="1">
          <mxGeometry x="-222" y="677.38" width="139.25" height="139.25" as="geometry" />
        </mxCell>
-         <mxCell id="e-PfQ35jhl6F61MtkI1w-17" value="&lt;font face=&quot;libre franklin, helvetica, arial, serif&quot; color=&quot;#212529&quot;&gt;&lt;b&gt;宏观场景时间要素分析&lt;/b&gt;&lt;/font&gt;" style="text;html=1;strokeColor=none;fillColor=none;align=center;verticalAlign=middle;fontSize=11;labelBackgroundColor=none;labelBorderColor=#CCCCCC;spacingTop=0;spacing=2;whiteSpace=wrap;horizontal=1;sketch=1;fontColor=#143642;" parent="1" vertex="1">
+         <mxCell id="e-PfQ35jhl6F61MtkI1w-17" value="&lt;font face=&quot;libre franklin, helvetica, arial, serif&quot; color=&quot;#212529&quot;&gt;&lt;b&gt;宏观场景时间要素分析&lt;/b&gt;&lt;/font&gt;" style="text;html=1;strokeColor=none;fillColor=none;align=center;verticalAlign=middle;fontSize=11;labelBackgroundColor=none;labelBorderColor=#CCCCCC;spacingTop=0;spacing=2;whiteSpace=wrap;horizontal=1;sketch=1;curveFitting=1;jiggle=2;" parent="1" vertex="1">
          <mxGeometry x="270" y="540" width="132" height="20" as="geometry" />
        </mxCell>
-         <mxCell id="e-PfQ35jhl6F61MtkI1w-20" value="&lt;font color=&quot;#212529&quot; face=&quot;libre franklin, helvetica, arial, serif&quot;&gt;&lt;b&gt;宏观场景空间要素分析&lt;/b&gt;&lt;/font&gt;" style="text;html=1;strokeColor=none;fillColor=none;align=center;verticalAlign=middle;fontSize=11;labelBackgroundColor=none;labelBorderColor=#CCCCCC;spacingTop=0;spacing=2;whiteSpace=wrap;horizontal=1;sketch=1;fontColor=#143642;" parent="1" vertex="1">
+         <mxCell id="e-PfQ35jhl6F61MtkI1w-20" value="&lt;font color=&quot;#212529&quot; face=&quot;libre franklin, helvetica, arial, serif&quot;&gt;&lt;b&gt;宏观场景空间要素分析&lt;/b&gt;&lt;/font&gt;" style="text;html=1;strokeColor=none;fillColor=none;align=center;verticalAlign=middle;fontSize=11;labelBackgroundColor=none;labelBorderColor=#CCCCCC;spacingTop=0;spacing=2;whiteSpace=wrap;horizontal=1;sketch=1;curveFitting=1;jiggle=2;" parent="1" vertex="1">
          <mxGeometry x="272" y="560" width="128" height="20" as="geometry" />
        </mxCell>
-         <mxCell id="e-PfQ35jhl6F61MtkI1w-21" value="&lt;font face=&quot;libre franklin, helvetica, arial, serif&quot; color=&quot;#212529&quot;&gt;&lt;b&gt;关联信息挖掘分析&lt;/b&gt;&lt;/font&gt;" style="text;html=1;strokeColor=none;fillColor=none;align=center;verticalAlign=middle;fontSize=11;labelBackgroundColor=none;labelBorderColor=#CCCCCC;spacingTop=0;spacing=2;whiteSpace=wrap;horizontal=1;sketch=1;fontColor=#143642;" parent="1" vertex="1">
+         <mxCell id="e-PfQ35jhl6F61MtkI1w-21" value="&lt;font face=&quot;libre franklin, helvetica, arial, serif&quot; color=&quot;#212529&quot;&gt;&lt;b&gt;关联信息挖掘分析&lt;/b&gt;&lt;/font&gt;" style="text;html=1;strokeColor=none;fillColor=none;align=center;verticalAlign=middle;fontSize=11;labelBackgroundColor=none;labelBorderColor=#CCCCCC;spacingTop=0;spacing=2;whiteSpace=wrap;horizontal=1;sketch=1;curveFitting=1;jiggle=2;" parent="1" vertex="1">
          <mxGeometry x="275" y="579" width="100" height="20" as="geometry" />
        </mxCell>
-         <mxCell id="e-PfQ35jhl6F61MtkI1w-22" value="Java POJO Data Source" style="text;html=1;strokeColor=none;fillColor=none;align=center;verticalAlign=middle;whiteSpace=wrap;fontStyle=1;sketch=1;labelBackgroundColor=none;fontColor=#143642;" parent="1" vertex="1">
+         <mxCell id="e-PfQ35jhl6F61MtkI1w-22" value="Java POJO Data Source" style="text;html=1;strokeColor=none;fillColor=none;align=center;verticalAlign=middle;whiteSpace=wrap;fontStyle=1;labelBackgroundColor=none;sketch=1;curveFitting=1;jiggle=2;" parent="1" vertex="1">
          <mxGeometry x="-39" y="890" width="190" height="20" as="geometry" />
        </mxCell>
-         <mxCell id="e-PfQ35jhl6F61MtkI1w-23" value="分布式内存数据 / 计算服务" style="text;html=1;strokeColor=none;fillColor=none;align=center;verticalAlign=middle;whiteSpace=wrap;fontStyle=0;sketch=1;labelBackgroundColor=none;fontColor=#143642;" parent="1" vertex="1">
+         <mxCell id="e-PfQ35jhl6F61MtkI1w-23" value="分布式内存数据 / 计算服务" style="text;html=1;strokeColor=none;fillColor=none;align=center;verticalAlign=middle;whiteSpace=wrap;fontStyle=0;labelBackgroundColor=none;sketch=1;curveFitting=1;jiggle=2;" parent="1" vertex="1">
          <mxGeometry x="238" y="446" width="240" height="20" as="geometry" />
        </mxCell>
-         <mxCell id="e-PfQ35jhl6F61MtkI1w-24" value="Java ， Scala" style="text;html=1;strokeColor=none;fillColor=none;align=center;verticalAlign=middle;whiteSpace=wrap;fontStyle=0;sketch=1;labelBackgroundColor=none;fontColor=#143642;" parent="1" vertex="1">
+         <mxCell id="e-PfQ35jhl6F61MtkI1w-24" value="Java ， Scala" style="text;html=1;strokeColor=none;fillColor=none;align=center;verticalAlign=middle;whiteSpace=wrap;fontStyle=0;labelBackgroundColor=none;sketch=1;curveFitting=1;jiggle=2;" parent="1" vertex="1">
          <mxGeometry x="298" y="590" width="240" height="20" as="geometry" />
        </mxCell>
-         <mxCell id="e-PfQ35jhl6F61MtkI1w-25" value="Java，SQL, Scala" style="text;html=1;strokeColor=none;fillColor=none;align=center;verticalAlign=middle;whiteSpace=wrap;fontStyle=0;sketch=1;labelBackgroundColor=none;fontColor=#143642;" parent="1" vertex="1">
+         <mxCell id="e-PfQ35jhl6F61MtkI1w-25" value="Java，SQL, Scala" style="text;html=1;strokeColor=none;fillColor=none;align=center;verticalAlign=middle;whiteSpace=wrap;fontStyle=0;labelBackgroundColor=none;sketch=1;curveFitting=1;jiggle=2;" parent="1" vertex="1">
          <mxGeometry x="229" y="472" width="230" height="20" as="geometry" />
        </mxCell>
-         <mxCell id="e-PfQ35jhl6F61MtkI1w-26" value="" style="endArrow=none;html=1;entryX=0;entryY=0.643;entryDx=0;entryDy=0;entryPerimeter=0;startArrow=block;startFill=1;endFill=0;strokeWidth=2;strokeColor=#A8201A;sketch=1;labelBackgroundColor=none;fontColor=default;" parent="1" source="iXj1oflpSY-SVl1FxMXK-28" target="iXj1oflpSY-SVl1FxMXK-47" edge="1">
+         <mxCell id="e-PfQ35jhl6F61MtkI1w-26" value="" style="endArrow=none;html=1;entryX=0;entryY=0.643;entryDx=0;entryDy=0;entryPerimeter=0;startArrow=block;startFill=1;endFill=0;strokeWidth=2;labelBackgroundColor=none;fontColor=default;sketch=1;curveFitting=1;jiggle=2;" parent="1" source="iXj1oflpSY-SVl1FxMXK-28" target="iXj1oflpSY-SVl1FxMXK-47" edge="1">
          <mxGeometry width="50" height="50" relative="1" as="geometry">
            <mxPoint x="-556.56" y="609.99" as="sourcePoint" />
            <mxPoint x="-870.0009999999997" y="610.0005000000001" as="targetPoint" />
            <Array as="points">
              <mxPoint x="-510" y="490" />
              <mxPoint x="-510" y="700" />
            </Array>
          </mxGeometry>
        </mxCell>
-         <mxCell id="e-PfQ35jhl6F61MtkI1w-28" value="数据同步" style="text;html=1;strokeColor=none;fillColor=none;align=center;verticalAlign=middle;whiteSpace=wrap;fontStyle=1;horizontal=1;sketch=1;labelBackgroundColor=none;fontColor=#143642;" parent="1" vertex="1">
+         <mxCell id="e-PfQ35jhl6F61MtkI1w-28" value="数据同步" style="text;html=1;strokeColor=none;fillColor=none;align=center;verticalAlign=middle;whiteSpace=wrap;fontStyle=1;horizontal=1;labelBackgroundColor=none;sketch=1;curveFitting=1;jiggle=2;" parent="1" vertex="1">
          <mxGeometry x="-602" y="452" width="190" height="20" as="geometry" />
        </mxCell>
-         <mxCell id="e-PfQ35jhl6F61MtkI1w-31" value="" style="endArrow=none;html=1;entryX=0.88;entryY=1.006;entryDx=0;entryDy=0;entryPerimeter=0;startArrow=block;startFill=1;endFill=0;exitX=0.75;exitY=1;exitDx=0;exitDy=0;strokeWidth=3;strokeColor=#A8201A;sketch=1;labelBackgroundColor=none;fontColor=default;" parent="1" source="iXj1oflpSY-SVl1FxMXK-47" target="iXj1oflpSY-SVl1FxMXK-20" edge="1">
+         <mxCell id="e-PfQ35jhl6F61MtkI1w-31" value="" style="endArrow=none;html=1;entryX=0.88;entryY=1.006;entryDx=0;entryDy=0;entryPerimeter=0;startArrow=block;startFill=1;endFill=0;exitX=0.75;exitY=1;exitDx=0;exitDy=0;strokeWidth=3;labelBackgroundColor=none;fontColor=default;sketch=1;curveFitting=1;jiggle=2;" parent="1" source="iXj1oflpSY-SVl1FxMXK-47" target="iXj1oflpSY-SVl1FxMXK-20" edge="1">
          <mxGeometry width="50" height="50" relative="1" as="geometry">
            <mxPoint x="-220" y="940.0041176470588" as="sourcePoint" />
            <mxPoint x="-220" y="1234.73" as="targetPoint" />
            <Array as="points">
              <mxPoint x="-147" y="940" />
              <mxPoint x="418" y="940" />
            </Array>
          </mxGeometry>
        </mxCell>
-         <mxCell id="e-PfQ35jhl6F61MtkI1w-32" value="数据创建 / 关联" style="text;html=1;strokeColor=none;fillColor=none;align=center;verticalAlign=middle;whiteSpace=wrap;fontStyle=1;horizontal=1;sketch=1;labelBackgroundColor=none;fontColor=#143642;" parent="1" vertex="1">
+         <mxCell id="e-PfQ35jhl6F61MtkI1w-32" value="数据创建 / 关联" style="text;html=1;strokeColor=none;fillColor=none;align=center;verticalAlign=middle;whiteSpace=wrap;fontStyle=1;horizontal=1;labelBackgroundColor=none;sketch=1;curveFitting=1;jiggle=2;" parent="1" vertex="1">
          <mxGeometry x="205" y="941" width="190" height="20" as="geometry" />
        </mxCell>
      </root>
    </mxGraphModel>
  </diagram>
</mxfile>
